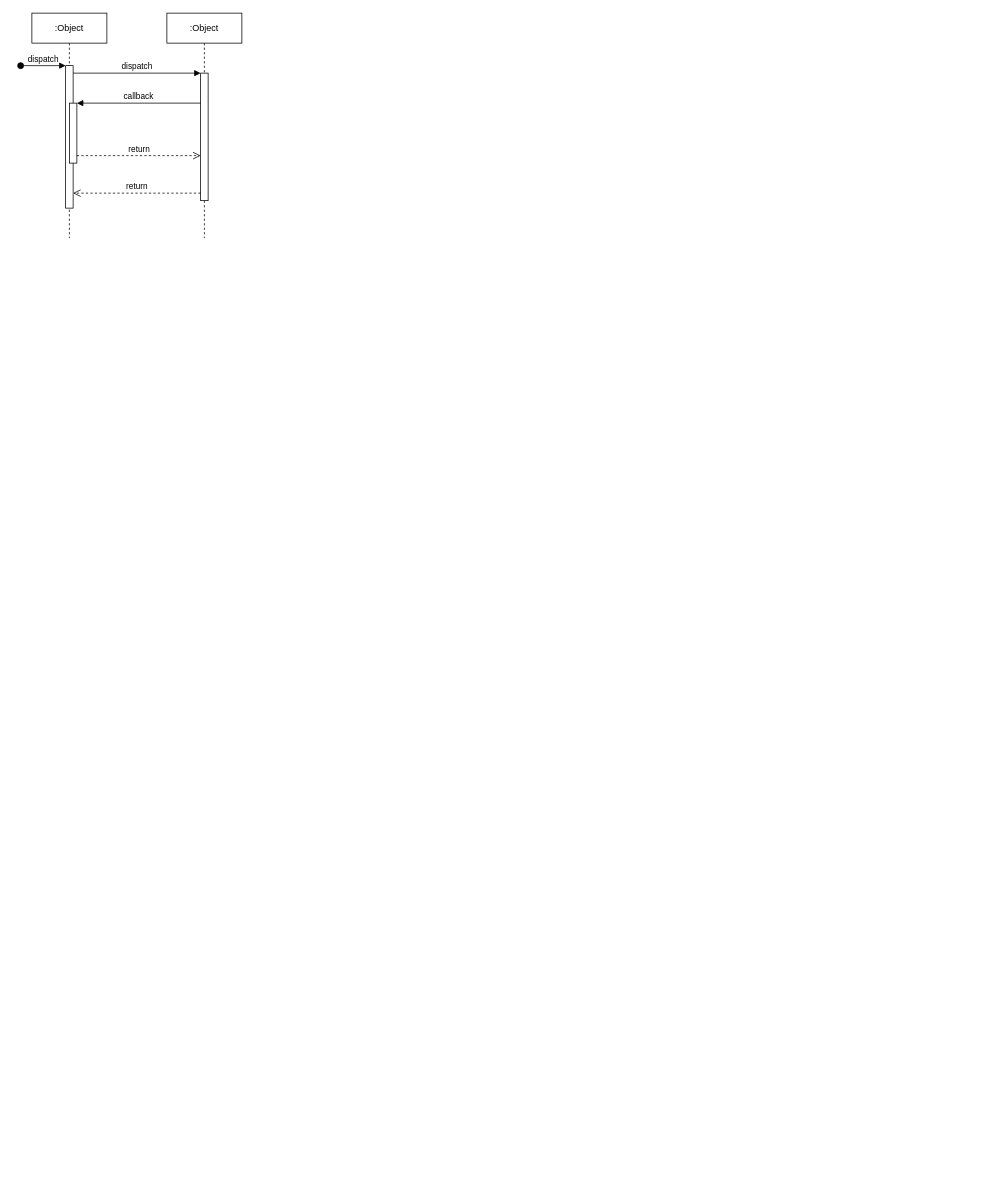
stevezhouht/baiduCDP keeps this draw.io diagram as update/deeplink自动化测试.drawio. Above is the earlier version. Source tidied: cells renumbered, new cells numbered last; positions are measured from the earlier drawing's top-left corner, leaving out a move shared by most shapes. Both pictures are drawn from the tidied source at 75%, with x=0, y=0 at pixel (20, 13).
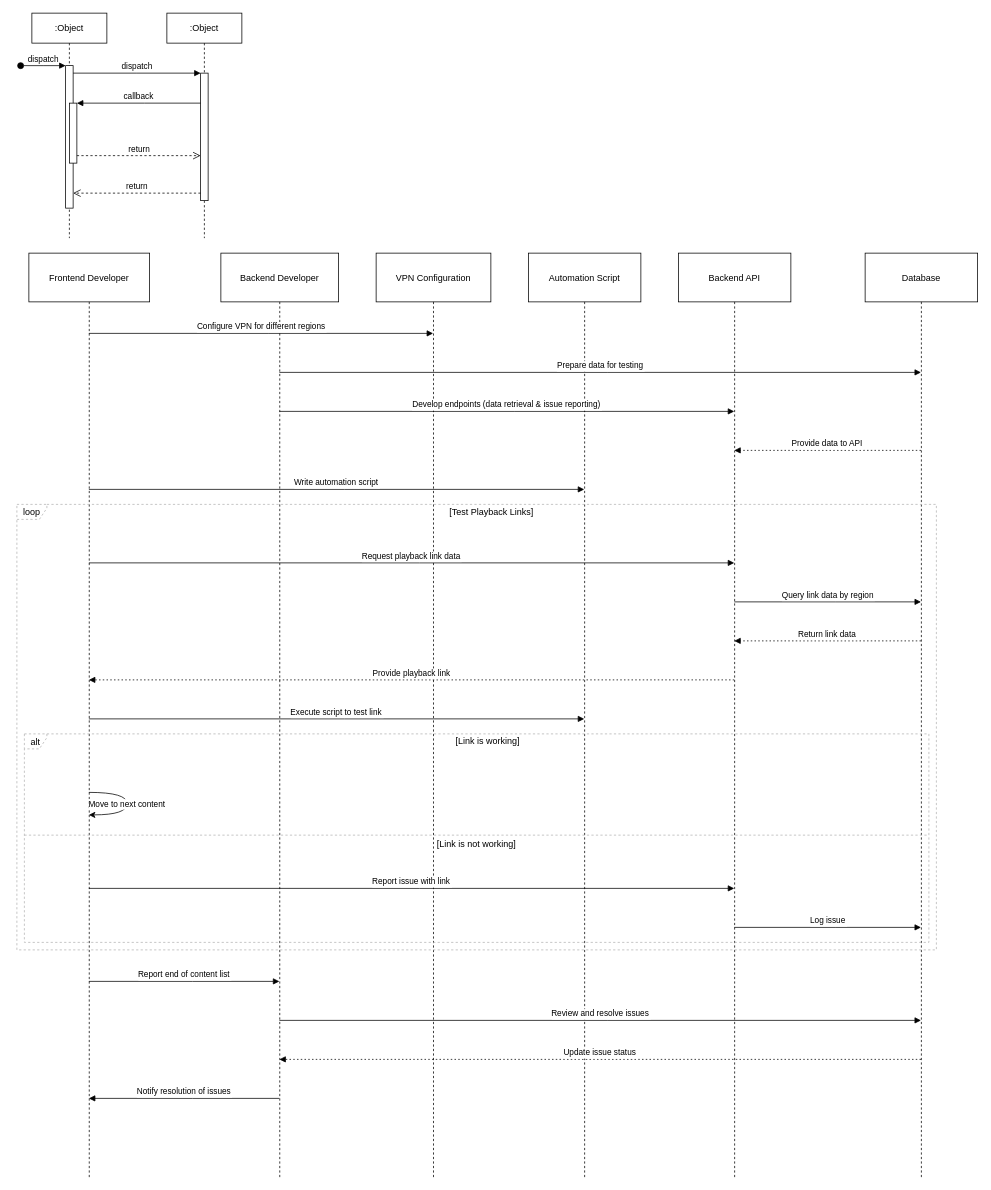
The same diagram, later.

Commit message:
更新deeplink自动化测试.drawio

Diff of the diagram source:
```diff
@@
+    <mxCell id="12" value="Frontend Developer" style="shape=umlLifeline;perimeter=lifelinePerimeter;whiteSpace=wrap;outlineConnect=0;portConstraint=eastwest;newEdgeStyle={&quot;edgeStyle&quot;:&quot;elbowEdgeStyle&quot;,&quot;elbow&quot;:&quot;vertical&quot;,&quot;curved&quot;:0,&quot;rounded&quot;:0};size=65;" parent="1" vertex="1">
+      <mxGeometry x="11" y="320" width="161" height="1232" as="geometry" />
+    </mxCell>
+    <mxCell id="13" value="Backend Developer" style="shape=umlLifeline;perimeter=lifelinePerimeter;whiteSpace=wrap;outlineConnect=0;portConstraint=eastwest;newEdgeStyle={&quot;edgeStyle&quot;:&quot;elbowEdgeStyle&quot;,&quot;elbow&quot;:&quot;vertical&quot;,&quot;curved&quot;:0,&quot;rounded&quot;:0};size=65;" parent="1" vertex="1">
+      <mxGeometry x="267" y="320" width="157" height="1232" as="geometry" />
+    </mxCell>
+    <mxCell id="14" value="VPN Configuration" style="shape=umlLifeline;perimeter=lifelinePerimeter;whiteSpace=wrap;outlineConnect=0;portConstraint=eastwest;newEdgeStyle={&quot;edgeStyle&quot;:&quot;elbowEdgeStyle&quot;,&quot;elbow&quot;:&quot;vertical&quot;,&quot;curved&quot;:0,&quot;rounded&quot;:0};size=65;" parent="1" vertex="1">
+      <mxGeometry x="474" y="320" width="153" height="1232" as="geometry" />
+    </mxCell>
+    <mxCell id="15" value="Automation Script" style="shape=umlLifeline;perimeter=lifelinePerimeter;whiteSpace=wrap;outlineConnect=0;portConstraint=eastwest;newEdgeStyle={&quot;edgeStyle&quot;:&quot;elbowEdgeStyle&quot;,&quot;elbow&quot;:&quot;vertical&quot;,&quot;curved&quot;:0,&quot;rounded&quot;:0};size=65;" parent="1" vertex="1">
+      <mxGeometry x="677" y="320" width="150" height="1232" as="geometry" />
+    </mxCell>
+    <mxCell id="16" value="Backend API" style="shape=umlLifeline;perimeter=lifelinePerimeter;whiteSpace=wrap;outlineConnect=0;portConstraint=eastwest;newEdgeStyle={&quot;edgeStyle&quot;:&quot;elbowEdgeStyle&quot;,&quot;elbow&quot;:&quot;vertical&quot;,&quot;curved&quot;:0,&quot;rounded&quot;:0};size=65;" parent="1" vertex="1">
+      <mxGeometry x="877" y="320" width="150" height="1232" as="geometry" />
+    </mxCell>
+    <mxCell id="17" value="Database" style="shape=umlLifeline;perimeter=lifelinePerimeter;whiteSpace=wrap;outlineConnect=0;portConstraint=eastwest;newEdgeStyle={&quot;edgeStyle&quot;:&quot;elbowEdgeStyle&quot;,&quot;elbow&quot;:&quot;vertical&quot;,&quot;curved&quot;:0,&quot;rounded&quot;:0};size=65;" parent="1" vertex="1">
+      <mxGeometry x="1126" y="320" width="150" height="1232" as="geometry" />
+    </mxCell>
+    <mxCell id="18" value="alt" style="shape=umlFrame;dashed=1;strokeColor=#B3B3B3;height=20;width=30;" parent="1" vertex="1">
+      <mxGeometry x="5" y="961" width="1206" height="278" as="geometry" />
+    </mxCell>
+    <mxCell id="19" value="[Link is working]" style="text;strokeColor=none;fillColor=none;align=center;verticalAlign=middle;whiteSpace=wrap;" parent="18" vertex="1">
+      <mxGeometry x="30" width="1176" height="20" as="geometry" />
+    </mxCell>
+    <mxCell id="20" value="[Link is not working]" style="shape=line;dashed=1;whiteSpace=wrap;verticalAlign=top;labelPosition=center;verticalLabelPosition=middle;align=center;strokeColor=#B3B3B3;" parent="18" vertex="1">
+      <mxGeometry y="133" width="1206" height="4" as="geometry" />
+    </mxCell>
+    <mxCell id="21" value="loop" style="shape=umlFrame;dashed=1;strokeColor=#B3B3B3;height=20;width=40;" parent="1" vertex="1">
+      <mxGeometry x="-5" y="655" width="1226" height="594" as="geometry" />
+    </mxCell>
+    <mxCell id="22" value="[Test Playback Links]" style="text;strokeColor=none;fillColor=none;align=center;verticalAlign=middle;whiteSpace=wrap;" parent="21" vertex="1">
+      <mxGeometry x="40" width="1186" height="20" as="geometry" />
+    </mxCell>
+    <mxCell id="23" value="Configure VPN for different regions" style="verticalAlign=bottom;endArrow=block;edgeStyle=elbowEdgeStyle;elbow=vertical;curved=0;rounded=0;" parent="1" edge="1" source="12" target="14">
+      <mxGeometry relative="1" as="geometry">
+        <Array as="points">
+          <mxPoint x="331" y="427" />
+        </Array>
+      </mxGeometry>
+    </mxCell>
+    <mxCell id="24" value="Prepare data for testing" style="verticalAlign=bottom;endArrow=block;edgeStyle=elbowEdgeStyle;elbow=vertical;curved=0;rounded=0;" parent="1" edge="1" source="13" target="17">
+      <mxGeometry relative="1" as="geometry">
+        <Array as="points">
+          <mxPoint x="783" y="479" />
+        </Array>
+      </mxGeometry>
+    </mxCell>
+    <mxCell id="25" value="Develop endpoints (data retrieval &amp; issue reporting)" style="verticalAlign=bottom;endArrow=block;edgeStyle=elbowEdgeStyle;elbow=vertical;curved=0;rounded=0;" parent="1" edge="1" source="13" target="16">
+      <mxGeometry relative="1" as="geometry">
+        <Array as="points">
+          <mxPoint x="659" y="531" />
+        </Array>
+      </mxGeometry>
+    </mxCell>
+    <mxCell id="26" value="Provide data to API" style="verticalAlign=bottom;endArrow=block;edgeStyle=elbowEdgeStyle;elbow=vertical;curved=0;rounded=0;dashed=1;dashPattern=2 3;" parent="1" edge="1" source="17" target="16">
+      <mxGeometry relative="1" as="geometry">
+        <Array as="points">
+          <mxPoint x="1087" y="583" />
+        </Array>
+      </mxGeometry>
+    </mxCell>
+    <mxCell id="27" value="Write automation script" style="verticalAlign=bottom;endArrow=block;edgeStyle=elbowEdgeStyle;elbow=vertical;curved=0;rounded=0;" parent="1" edge="1" source="12" target="15">
+      <mxGeometry relative="1" as="geometry">
+        <Array as="points">
+          <mxPoint x="432" y="635" />
+        </Array>
+      </mxGeometry>
+    </mxCell>
+    <mxCell id="28" value="Request playback link data" style="verticalAlign=bottom;endArrow=block;edgeStyle=elbowEdgeStyle;elbow=vertical;curved=0;rounded=0;" parent="1" edge="1" source="12" target="16">
+      <mxGeometry relative="1" as="geometry">
+        <Array as="points">
+          <mxPoint x="532" y="733" />
+        </Array>
+      </mxGeometry>
+    </mxCell>
+    <mxCell id="29" value="Query link data by region" style="verticalAlign=bottom;endArrow=block;edgeStyle=elbowEdgeStyle;elbow=vertical;curved=0;rounded=0;" parent="1" edge="1" source="16" target="17">
+      <mxGeometry relative="1" as="geometry">
+        <Array as="points">
+          <mxPoint x="1087" y="785" />
+        </Array>
+      </mxGeometry>
+    </mxCell>
+    <mxCell id="30" value="Return link data" style="verticalAlign=bottom;endArrow=block;edgeStyle=elbowEdgeStyle;elbow=vertical;curved=0;rounded=0;dashed=1;dashPattern=2 3;" parent="1" edge="1" source="17" target="16">
+      <mxGeometry relative="1" as="geometry">
+        <Array as="points">
+          <mxPoint x="1087" y="837" />
+        </Array>
+      </mxGeometry>
+    </mxCell>
+    <mxCell id="31" value="Provide playback link" style="verticalAlign=bottom;endArrow=block;edgeStyle=elbowEdgeStyle;elbow=vertical;curved=0;rounded=0;dashed=1;dashPattern=2 3;" parent="1" edge="1" source="16" target="12">
+      <mxGeometry relative="1" as="geometry">
+        <Array as="points">
+          <mxPoint x="532" y="889" />
+        </Array>
+      </mxGeometry>
+    </mxCell>
+    <mxCell id="32" value="Execute script to test link" style="verticalAlign=bottom;endArrow=block;edgeStyle=elbowEdgeStyle;elbow=vertical;curved=0;rounded=0;" parent="1" edge="1" source="12" target="15">
+      <mxGeometry relative="1" as="geometry">
+        <Array as="points">
+          <mxPoint x="432" y="941" />
+        </Array>
+      </mxGeometry>
+    </mxCell>
+    <mxCell id="33" value="Move to next content" style="curved=1;rounded=0;" parent="1" edge="1" source="12" target="12">
+      <mxGeometry relative="1" as="geometry">
+        <Array as="points">
+          <mxPoint x="142" y="1039" />
+          <mxPoint x="142" y="1069" />
+        </Array>
+      </mxGeometry>
+    </mxCell>
+    <mxCell id="34" value="Report issue with link" style="verticalAlign=bottom;endArrow=block;edgeStyle=elbowEdgeStyle;elbow=vertical;curved=0;rounded=0;" parent="1" edge="1" source="12" target="16">
+      <mxGeometry relative="1" as="geometry">
+        <Array as="points">
+          <mxPoint x="532" y="1167" />
+        </Array>
+      </mxGeometry>
+    </mxCell>
+    <mxCell id="35" value="Log issue" style="verticalAlign=bottom;endArrow=block;edgeStyle=elbowEdgeStyle;elbow=vertical;curved=0;rounded=0;" parent="1" edge="1" source="16" target="17">
+      <mxGeometry relative="1" as="geometry">
+        <Array as="points">
+          <mxPoint x="1087" y="1219" />
+        </Array>
+      </mxGeometry>
+    </mxCell>
+    <mxCell id="36" value="Report end of content list" style="verticalAlign=bottom;endArrow=block;edgeStyle=elbowEdgeStyle;elbow=vertical;curved=0;rounded=0;" parent="1" edge="1" source="12" target="13">
+      <mxGeometry relative="1" as="geometry">
+        <Array as="points">
+          <mxPoint x="229" y="1291" />
+        </Array>
+      </mxGeometry>
+    </mxCell>
+    <mxCell id="37" value="Review and resolve issues" style="verticalAlign=bottom;endArrow=block;edgeStyle=elbowEdgeStyle;elbow=vertical;curved=0;rounded=0;" parent="1" edge="1" source="13" target="17">
+      <mxGeometry relative="1" as="geometry">
+        <Array as="points">
+          <mxPoint x="783" y="1343" />
+        </Array>
+      </mxGeometry>
+    </mxCell>
+    <mxCell id="38" value="Update issue status" style="verticalAlign=bottom;endArrow=block;edgeStyle=elbowEdgeStyle;elbow=vertical;curved=0;rounded=0;dashed=1;dashPattern=2 3;" parent="1" edge="1" source="17" target="13">
+      <mxGeometry relative="1" as="geometry">
+        <Array as="points">
+          <mxPoint x="783" y="1395" />
+        </Array>
+      </mxGeometry>
+    </mxCell>
+    <mxCell id="39" value="Notify resolution of issues" style="verticalAlign=bottom;endArrow=block;edgeStyle=elbowEdgeStyle;elbow=vertical;curved=0;rounded=0;" parent="1" edge="1" source="13" target="12">
+      <mxGeometry relative="1" as="geometry">
+        <Array as="points">
+          <mxPoint x="229" y="1447" />
+        </Array>
+      </mxGeometry>
+    </mxCell>
```
